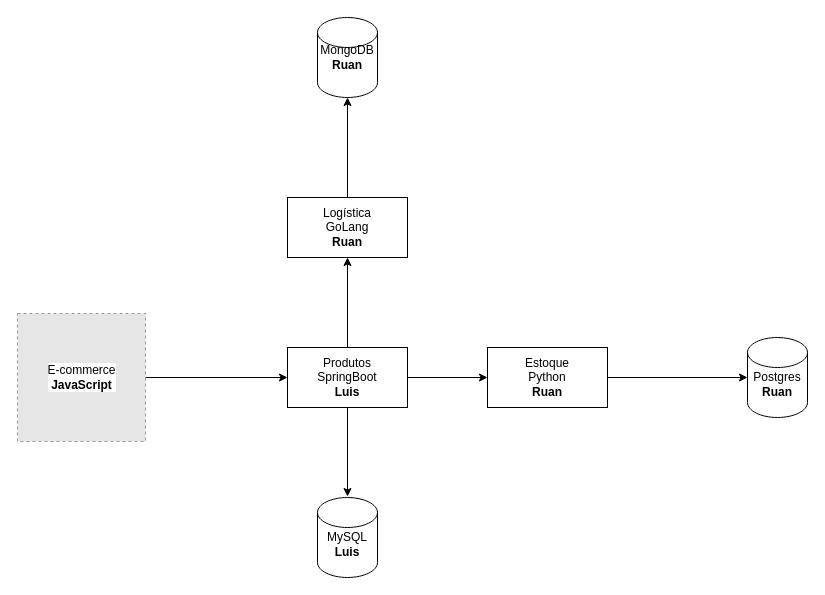
Before: Ambiente Demo YSSY.drawio in Yssy-Co/DataDog-Demo, a draw.io diagram. Source tidied: cells renumbered, new cells numbered last; positions are measured from the earlier drawing's top-left corner, leaving out a move shared by most shapes. Both pictures are drawn from the tidied source at 100%, with x=0, y=0 at pixel (17, 17). Pictures stored in the file or linked from it are replaced by grey dashed boxes.
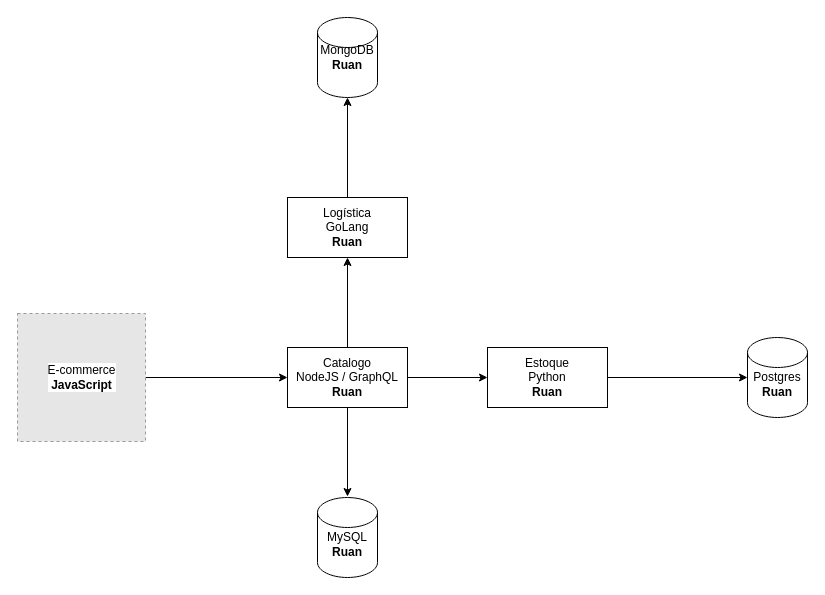
After the change.

Diff of the diagram source:
```diff
@@
 <mxGraphModel>
   <root>
     <mxCell id="0" />
     <mxCell id="1" parent="0" />
     <mxCell id="2" style="edgeStyle=orthogonalEdgeStyle;rounded=0;jettySize=auto;html=1;entryX=0;entryY=0.5;entryDx=0;entryDy=0;" parent="1" edge="1" source="3" target="7">
       <mxGeometry relative="1" as="geometry" />
     </mxCell>
     <mxCell id="3" value="E-commerce&lt;br&gt;&lt;b&gt;JavaScript&lt;/b&gt;" style="fillColor=#E6E6E6;strokeColor=#999999;dashed=1;html=1;verticalAlign=middle;verticalLabelPosition=middle;labelBackgroundColor=#ffffff;labelPosition=center;align=center;" parent="1" vertex="1">
       <mxGeometry y="296" width="128" height="128" as="geometry" />
     </mxCell>
     <mxCell id="4" style="edgeStyle=orthogonalEdgeStyle;rounded=0;jettySize=auto;html=1;entryX=0.5;entryY=-0.012;entryDx=0;entryDy=0;entryPerimeter=0;" parent="1" edge="1" source="7" target="12">
       <mxGeometry relative="1" as="geometry" />
     </mxCell>
     <mxCell id="5" style="edgeStyle=orthogonalEdgeStyle;rounded=0;jettySize=auto;html=1;entryX=0;entryY=0.5;entryDx=0;entryDy=0;" parent="1" edge="1" source="7" target="9">
       <mxGeometry relative="1" as="geometry" />
     </mxCell>
     <mxCell id="6" style="edgeStyle=orthogonalEdgeStyle;rounded=0;jettySize=auto;html=1;entryX=0.5;entryY=1;entryDx=0;entryDy=0;" parent="1" edge="1" source="7" target="11">
       <mxGeometry relative="1" as="geometry" />
     </mxCell>
-    <mxCell id="7" value="Produtos&lt;br&gt;SpringBoot&lt;br&gt;&lt;b&gt;Luis&lt;/b&gt;" style="rounded=0;whiteSpace=wrap;html=1;" parent="1" vertex="1">
+    <mxCell id="7" value="Catalogo&lt;br&gt;NodeJS / GraphQL&lt;br&gt;&lt;b&gt;Ruan&lt;/b&gt;" style="rounded=0;whiteSpace=wrap;html=1;" parent="1" vertex="1">
       <mxGeometry x="270" y="330" width="120" height="60" as="geometry" />
     </mxCell>
     <mxCell id="8" style="edgeStyle=orthogonalEdgeStyle;rounded=0;jettySize=auto;html=1;" parent="1" edge="1" source="9" target="13">
       <mxGeometry relative="1" as="geometry" />
     </mxCell>
     <mxCell id="9" value="Estoque&lt;br&gt;Python&lt;br&gt;&lt;b&gt;Ruan&lt;/b&gt;" style="rounded=0;whiteSpace=wrap;html=1;" parent="1" vertex="1">
       <mxGeometry x="470" y="330" width="120" height="60" as="geometry" />
     </mxCell>
     <mxCell id="10" style="edgeStyle=orthogonalEdgeStyle;rounded=0;jettySize=auto;html=1;" parent="1" edge="1" source="11" target="14">
       <mxGeometry relative="1" as="geometry" />
     </mxCell>
     <mxCell id="11" value="Logística&lt;br&gt;GoLang&lt;br&gt;&lt;b&gt;Ruan&lt;/b&gt;" style="rounded=0;whiteSpace=wrap;html=1;" parent="1" vertex="1">
       <mxGeometry x="270" y="180" width="120" height="60" as="geometry" />
     </mxCell>
-    <mxCell id="12" value="&lt;br&gt;MySQL&lt;br&gt;&lt;b&gt;Luis&lt;/b&gt;" style="shape=cylinder2;whiteSpace=wrap;html=1;boundedLbl=1;backgroundOutline=1;size=15;" parent="1" vertex="1">
+    <mxCell id="12" value="&lt;br&gt;MySQL&lt;br&gt;&lt;b&gt;Ruan&lt;/b&gt;" style="shape=cylinder2;whiteSpace=wrap;html=1;boundedLbl=1;backgroundOutline=1;size=15;" parent="1" vertex="1">
       <mxGeometry x="300" y="480" width="60" height="80" as="geometry" />
     </mxCell>
     <mxCell id="13" value="&lt;br&gt;Postgres&lt;br&gt;&lt;b&gt;Ruan&lt;/b&gt;" style="shape=cylinder2;whiteSpace=wrap;html=1;boundedLbl=1;backgroundOutline=1;size=15;" parent="1" vertex="1">
       <mxGeometry x="730" y="320" width="60" height="80" as="geometry" />
     </mxCell>
     <mxCell id="14" value="MongoDB&lt;br&gt;&lt;b&gt;Ruan&lt;/b&gt;" style="shape=cylinder2;whiteSpace=wrap;html=1;boundedLbl=1;backgroundOutline=1;size=15;" parent="1" vertex="1">
       <mxGeometry x="300" width="60" height="80" as="geometry" />
     </mxCell>
   </root>
 </mxGraphModel>
```
